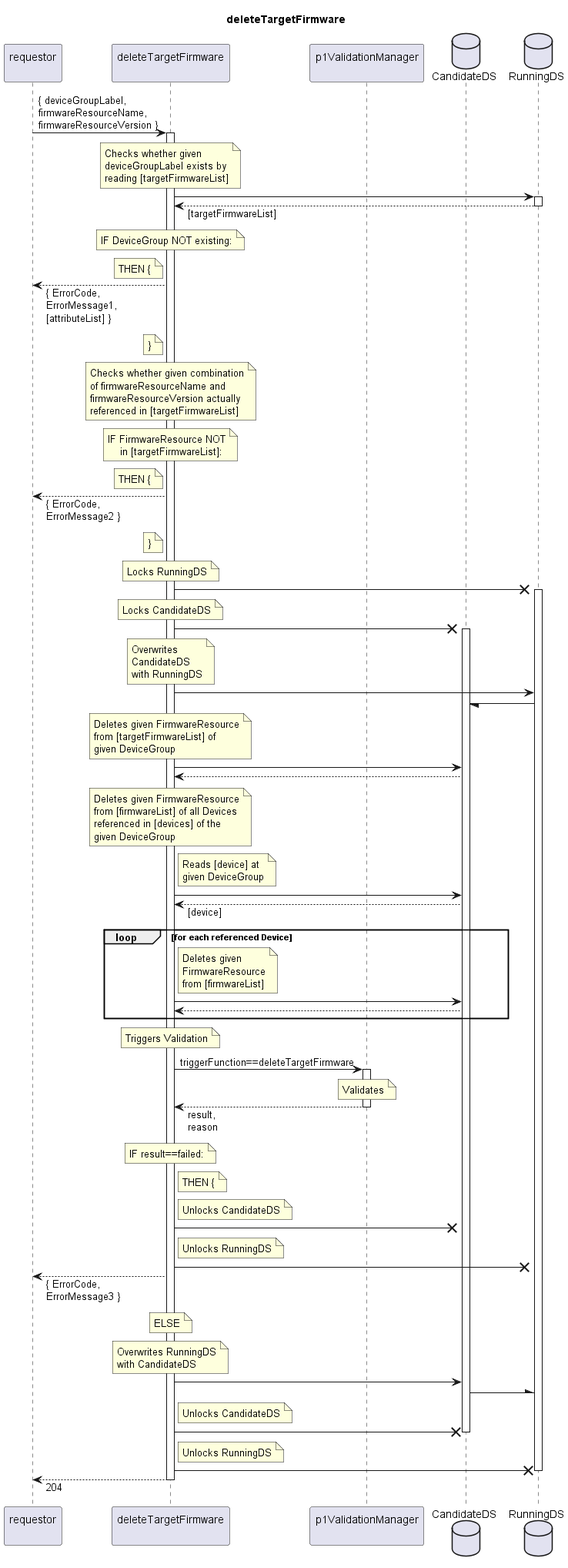
Earlier version of the PlantUML export spec/Services/deleteTargetFirmware/1.0.0/deleteTargetFirmware.png (openBackhaul/FirmWareManager).
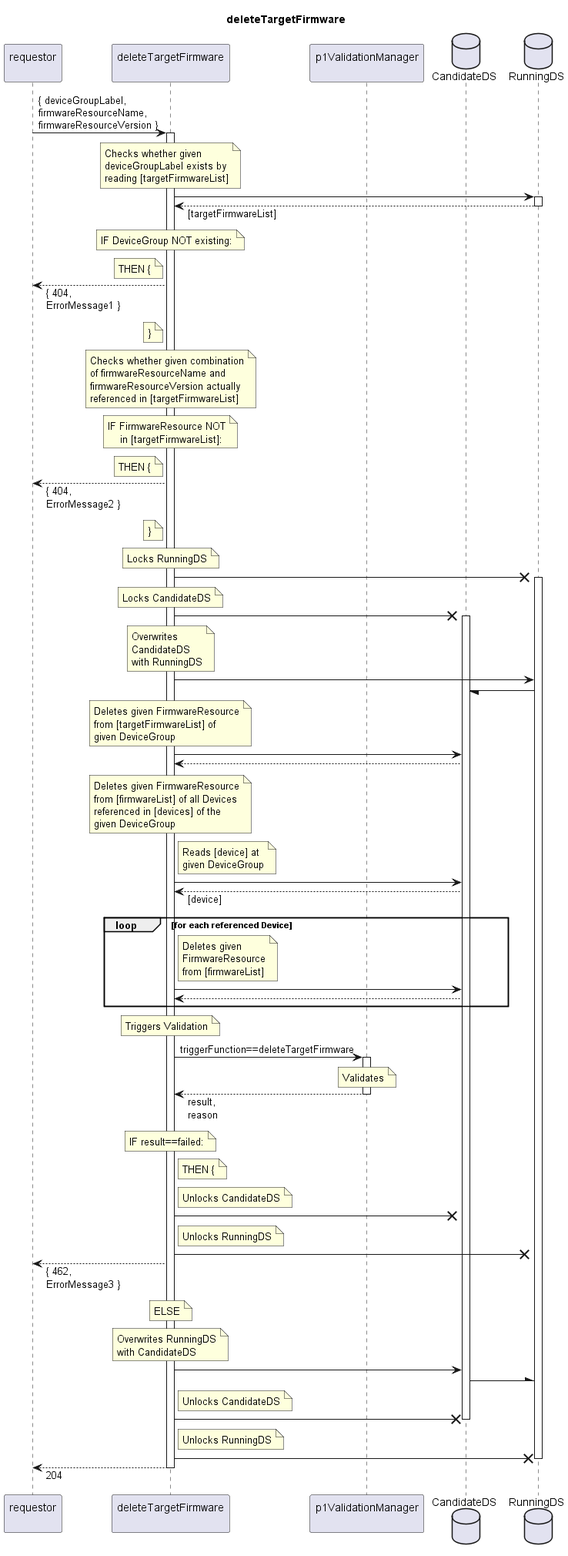
The same file after the commit.

Change to the diagram source:
```diff
@@ -29,7 +29,7 @@
   note left indServ
     THEN {
   end note
-  requestor <-- indServ: { ErrorCode,\nErrorMessage1,\n[attributeList] }
+  requestor <-- indServ: { 404,\nErrorMessage1 }
   note left indServ
     }
   end note
@@ -47,7 +47,7 @@
   note left indServ
     THEN {
   end note
-  requestor <-- indServ: { ErrorCode,\nErrorMessage2 }
+  requestor <-- indServ: { 404,\nErrorMessage2 }
   note left indServ
     }
   end note
@@ -124,7 +124,7 @@
     Unlocks RunningDS
   end note
   indServ -X RunDS
-  requestor <-- indServ: { ErrorCode,\nErrorMessage3 }
+  requestor <-- indServ: { 462,\nErrorMessage3 }
   note over indServ
     ELSE
   end note
```
